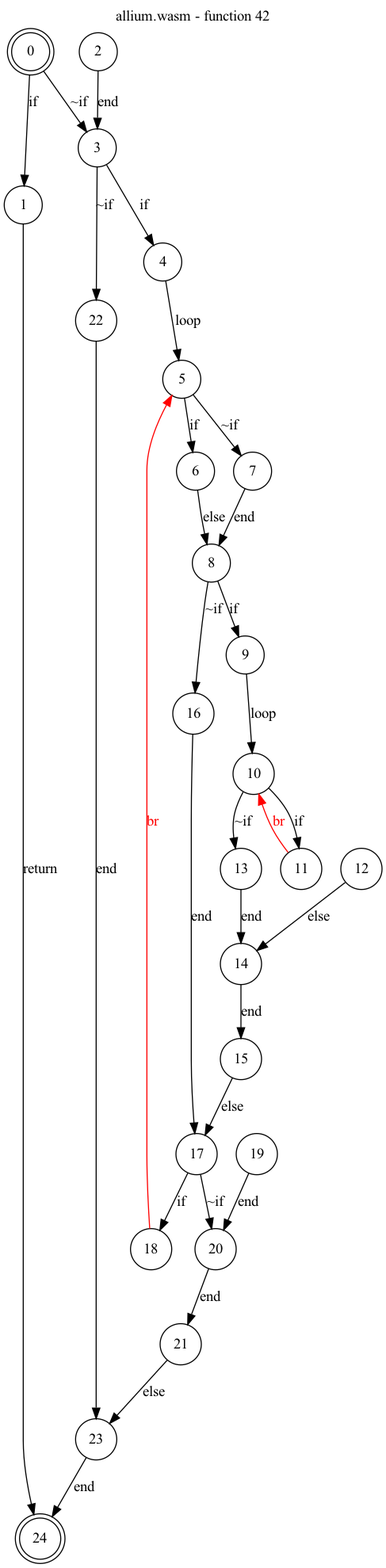
Above: test_cases/allium/funcs/allium-func42.png in jsCarleton/wanalyze (Graphviz), before the change. Its source is kept beside it as test_cases/allium/funcs/allium-func42.dot.
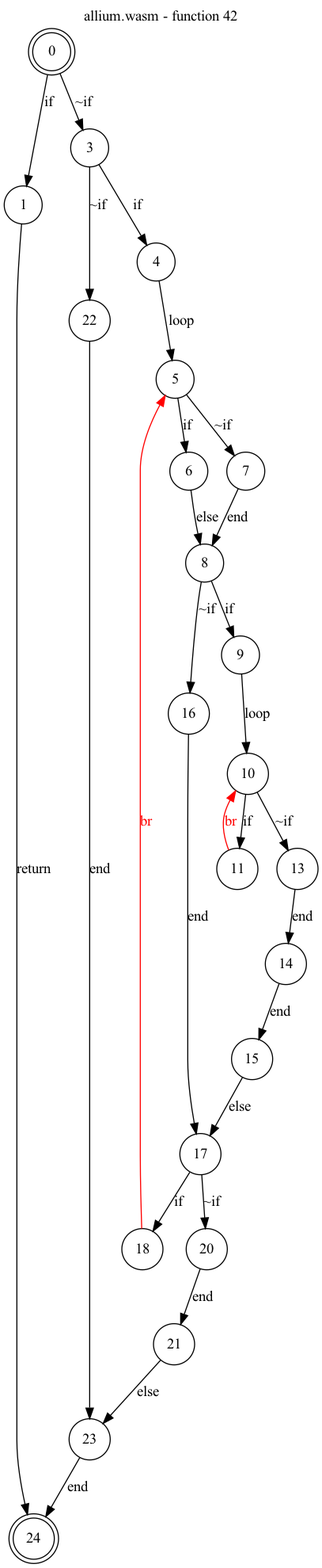
Above is the later version.

Diff of the diagram source:
```diff
@@ -9,7 +9,6 @@
     0 -> 1[label="if"];
     0 -> 3[label="~if"];
     1 -> 24[label="return"];
-    2 -> 3[label="end"];
     3 -> 4[label="if"];
     3 -> 22[label="~if"];
     4 -> 5[label="loop"];
@@ -23,7 +22,6 @@
     10 -> 11[label="if"];
     10 -> 13[label="~if"];
     11 -> 10[color="red" fontcolor="red" label="br"];
-    12 -> 14[label="else"];
     13 -> 14[label="end"];
     14 -> 15[label="end"];
     15 -> 17[label="else"];
@@ -31,7 +29,6 @@
     17 -> 18[label="if"];
     17 -> 20[label="~if"];
     18 -> 5[color="red" fontcolor="red" label="br"];
-    19 -> 20[label="end"];
     20 -> 21[label="end"];
     21 -> 23[label="else"];
     22 -> 23[label="end"];
```
